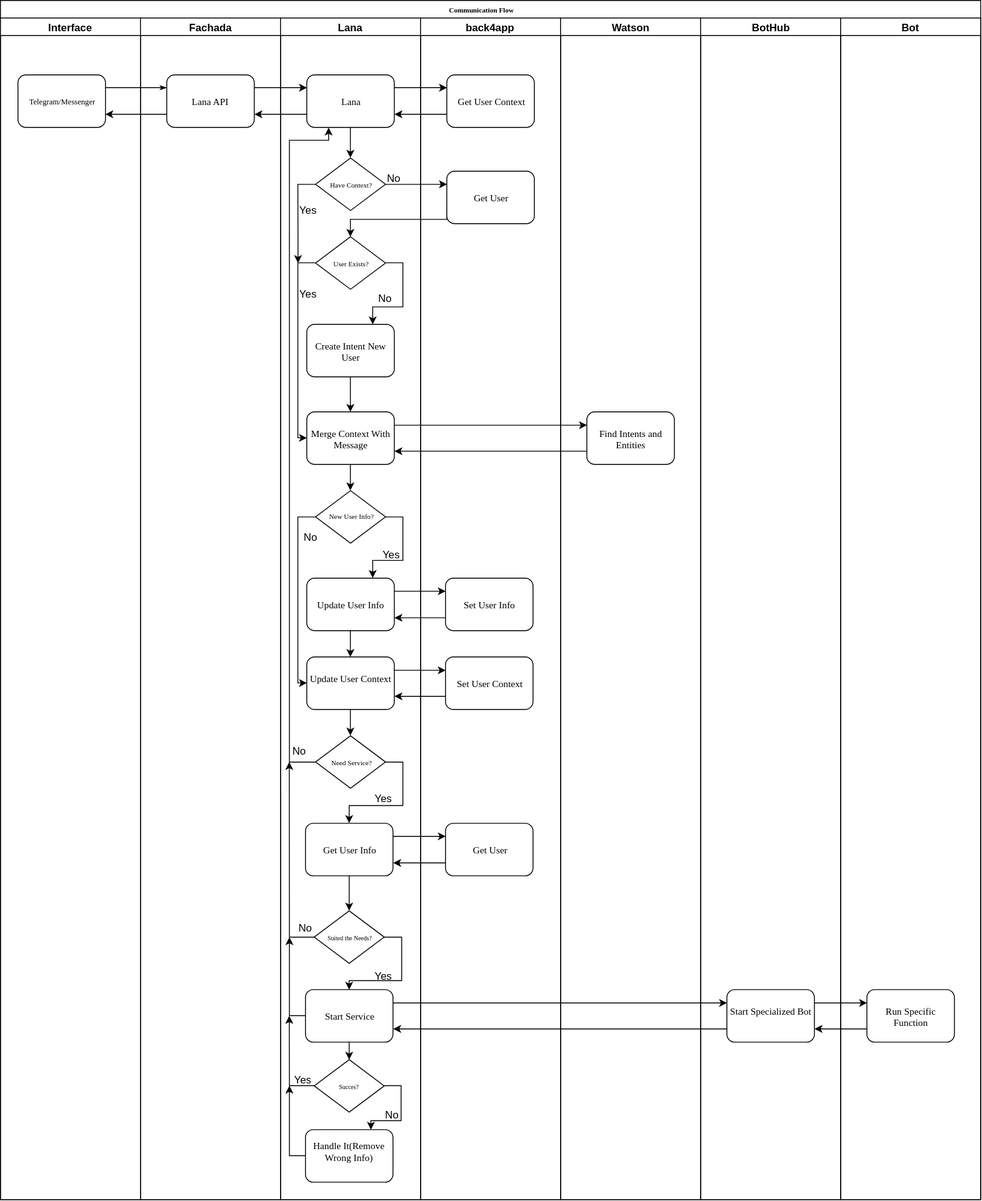
Above: Docs/Communication Flow/Communication Flow.svg in chr0m1ng/lana-uesc (draw.io), before the change. Source tidied: cells renumbered, new cells last; positions are measured from the earlier drawing's top-left corner, leaving out a move shared by most shapes.
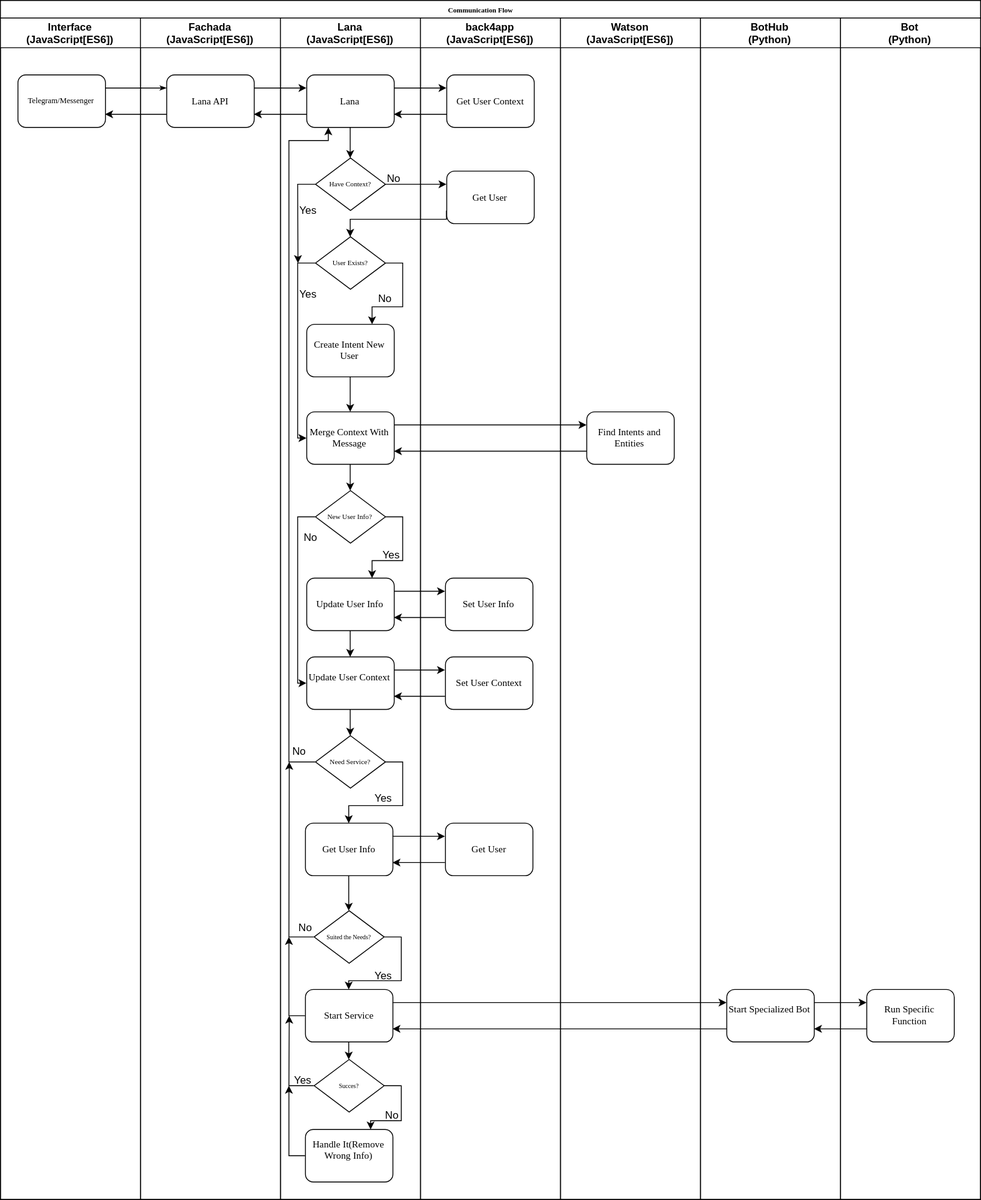
Above is the later version.

Commit message:
Add Language to Communication Flow

The edit, as a diff of the source:
```diff
@@ -5,7 +5,7 @@
     <mxCell id="2" value="Communication Flow&lt;br&gt;" style="swimlane;html=1;startSize=20;rounded=0;shadow=0;labelBackgroundColor=none;strokeColor=#000000;strokeWidth=1;fillColor=#ffffff;fontFamily=Verdana;fontSize=8;fontColor=#000000;align=center;" parent="1" vertex="1">
       <mxGeometry width="1120" height="1370" as="geometry" />
     </mxCell>
-    <mxCell id="3" value="Interface&lt;br&gt;" style="swimlane;html=1;startSize=20;" parent="2" vertex="1">
+    <mxCell id="3" value="Interface&lt;br&gt;(JavaScript[ES6])&lt;br&gt;" style="swimlane;html=1;startSize=34;" parent="2" vertex="1">
       <mxGeometry y="20" width="160" height="1350" as="geometry" />
     </mxCell>
     <mxCell id="4" value="&lt;font style=&quot;font-size: 9px&quot;&gt;Telegram/Messenger&lt;/font&gt;" style="rounded=1;whiteSpace=wrap;html=1;shadow=0;labelBackgroundColor=none;strokeColor=#000000;strokeWidth=1;fillColor=#ffffff;fontFamily=Verdana;fontSize=8;fontColor=#000000;align=center;" parent="3" vertex="1">
@@ -19,13 +19,13 @@
         </Array>
       </mxGeometry>
     </mxCell>
-    <mxCell id="6" value="Fachada" style="swimlane;html=1;startSize=20;" parent="2" vertex="1">
+    <mxCell id="6" value="Fachada&lt;br&gt;(JavaScript[ES6])&lt;br&gt;" style="swimlane;html=1;startSize=34;" parent="2" vertex="1">
       <mxGeometry x="160" y="20" width="160" height="1350" as="geometry" />
     </mxCell>
     <mxCell id="7" value="&lt;font style=&quot;font-size: 11px&quot;&gt;Lana API&lt;/font&gt;" style="rounded=1;whiteSpace=wrap;html=1;shadow=0;labelBackgroundColor=none;strokeColor=#000000;strokeWidth=1;fillColor=#ffffff;fontFamily=Verdana;fontSize=8;fontColor=#000000;align=center;" parent="6" vertex="1">
       <mxGeometry x="30" y="65" width="100" height="60" as="geometry" />
     </mxCell>
-    <mxCell id="8" value="Lana" style="swimlane;html=1;startSize=20;" parent="2" vertex="1">
+    <mxCell id="8" value="Lana&lt;br&gt;(JavaScript[ES6])&lt;br&gt;" style="swimlane;html=1;startSize=34;" parent="2" vertex="1">
       <mxGeometry x="320" y="20" width="160" height="1350" as="geometry" />
     </mxCell>
     <mxCell id="9" style="edgeStyle=orthogonalEdgeStyle;rounded=0;html=1;exitX=0.5;exitY=1;entryX=0.5;entryY=0;jettySize=auto;" parent="8" edge="1" source="10" target="11">
@@ -155,7 +155,7 @@
         </Array>
       </mxGeometry>
     </mxCell>
-    <mxCell id="44" value="back4app" style="swimlane;html=1;startSize=20;" parent="2" vertex="1">
+    <mxCell id="44" value="back4app&lt;br&gt;(JavaScript[ES6])&lt;br&gt;" style="swimlane;html=1;startSize=34;" parent="2" vertex="1">
       <mxGeometry x="480" y="20" width="160" height="1350" as="geometry" />
     </mxCell>
     <mxCell id="45" value="&lt;span style=&quot;font-size: 11px&quot;&gt;Get User Context&lt;/span&gt;" style="rounded=1;whiteSpace=wrap;html=1;shadow=0;labelBackgroundColor=none;strokeColor=#000000;strokeWidth=1;fillColor=#ffffff;fontFamily=Verdana;fontSize=8;fontColor=#000000;align=center;" parent="44" vertex="1">
@@ -173,7 +173,7 @@
     <mxCell id="49" value="&lt;span style=&quot;font-size: 11px&quot;&gt;Set User Info&lt;/span&gt;" style="rounded=1;whiteSpace=wrap;html=1;shadow=0;labelBackgroundColor=none;strokeColor=#000000;strokeWidth=1;fillColor=#ffffff;fontFamily=Verdana;fontSize=8;fontColor=#000000;align=center;" parent="44" vertex="1">
       <mxGeometry x="28.5" y="640" width="100" height="60" as="geometry" />
     </mxCell>
-    <mxCell id="50" value="Watson" style="swimlane;html=1;startSize=20;" parent="2" vertex="1">
+    <mxCell id="50" value="Watson&lt;br&gt;(JavaScript[ES6])&lt;br&gt;" style="swimlane;html=1;startSize=34;" parent="2" vertex="1">
       <mxGeometry x="640" y="20" width="160" height="1350" as="geometry" />
     </mxCell>
     <mxCell id="51" value="&lt;span style=&quot;font-size: 11px&quot;&gt;Find Intents and Entities&lt;/span&gt;" style="rounded=1;whiteSpace=wrap;html=1;shadow=0;labelBackgroundColor=none;strokeColor=#000000;strokeWidth=1;fillColor=#ffffff;fontFamily=Verdana;fontSize=8;fontColor=#000000;align=center;" parent="50" vertex="1">
@@ -209,15 +209,9 @@
     <mxCell id="61" style="edgeStyle=orthogonalEdgeStyle;rounded=0;html=1;exitX=0;exitY=0.75;entryX=1;entryY=0.75;jettySize=auto;" parent="2" edge="1" source="49" target="30">
       <mxGeometry relative="1" as="geometry" />
     </mxCell>
-    <mxCell id="62" value="BotHub" style="swimlane;html=1;startSize=20;" parent="2" vertex="1">
+    <mxCell id="62" value="BotHub&lt;br&gt;(Python)&lt;br&gt;" style="swimlane;html=1;startSize=34;" parent="2" vertex="1">
       <mxGeometry x="800" y="20" width="160" height="1350" as="geometry" />
     </mxCell>
-    <mxCell id="63" style="edgeStyle=orthogonalEdgeStyle;rounded=0;html=1;exitX=0;exitY=0.75;entryX=0;entryY=0.75;jettySize=auto;orthogonalLoop=1;" parent="62" edge="1">
-      <mxGeometry relative="1" as="geometry">
-        <mxPoint x="30.2" y="494.9" as="sourcePoint" />
-        <mxPoint x="30.2" y="494.9" as="targetPoint" />
-      </mxGeometry>
-    </mxCell>
     <mxCell id="64" value="&lt;span style=&quot;font-size: 11px&quot;&gt;Start Specialized Bot&lt;/span&gt;" style="rounded=1;whiteSpace=wrap;html=1;shadow=0;labelBackgroundColor=none;strokeColor=#000000;strokeWidth=1;fillColor=#ffffff;fontFamily=Verdana;fontSize=8;fontColor=#000000;align=center;" parent="62" vertex="1">
       <mxGeometry x="30" y="1110" width="100" height="60" as="geometry" />
     </mxCell>
@@ -227,15 +221,9 @@
     <mxCell id="66" style="edgeStyle=orthogonalEdgeStyle;rounded=0;html=1;exitX=0;exitY=0.75;entryX=1;entryY=0.75;jettySize=auto;" parent="2" edge="1" source="64" target="34">
       <mxGeometry relative="1" as="geometry" />
     </mxCell>
-    <mxCell id="67" value="Bot" style="swimlane;html=1;startSize=20;" parent="2" vertex="1">
+    <mxCell id="67" value="Bot&lt;br&gt;(Python)&lt;br&gt;" style="swimlane;html=1;startSize=34;" parent="2" vertex="1">
       <mxGeometry x="960" y="20" width="160" height="1350" as="geometry" />
     </mxCell>
-    <mxCell id="68" style="edgeStyle=orthogonalEdgeStyle;rounded=0;html=1;exitX=0;exitY=0.75;entryX=0;entryY=0.75;jettySize=auto;orthogonalLoop=1;" parent="67" edge="1">
-      <mxGeometry relative="1" as="geometry">
-        <mxPoint x="30.2" y="494.9" as="sourcePoint" />
-        <mxPoint x="30.2" y="494.9" as="targetPoint" />
-      </mxGeometry>
-    </mxCell>
     <mxCell id="69" value="&lt;span style=&quot;font-size: 11px&quot;&gt;Run Specific Function&lt;/span&gt;" style="rounded=1;whiteSpace=wrap;html=1;shadow=0;labelBackgroundColor=none;strokeColor=#000000;strokeWidth=1;fillColor=#ffffff;fontFamily=Verdana;fontSize=8;fontColor=#000000;align=center;" parent="67" vertex="1">
       <mxGeometry x="30" y="1110" width="100" height="60" as="geometry" />
     </mxCell>
```
